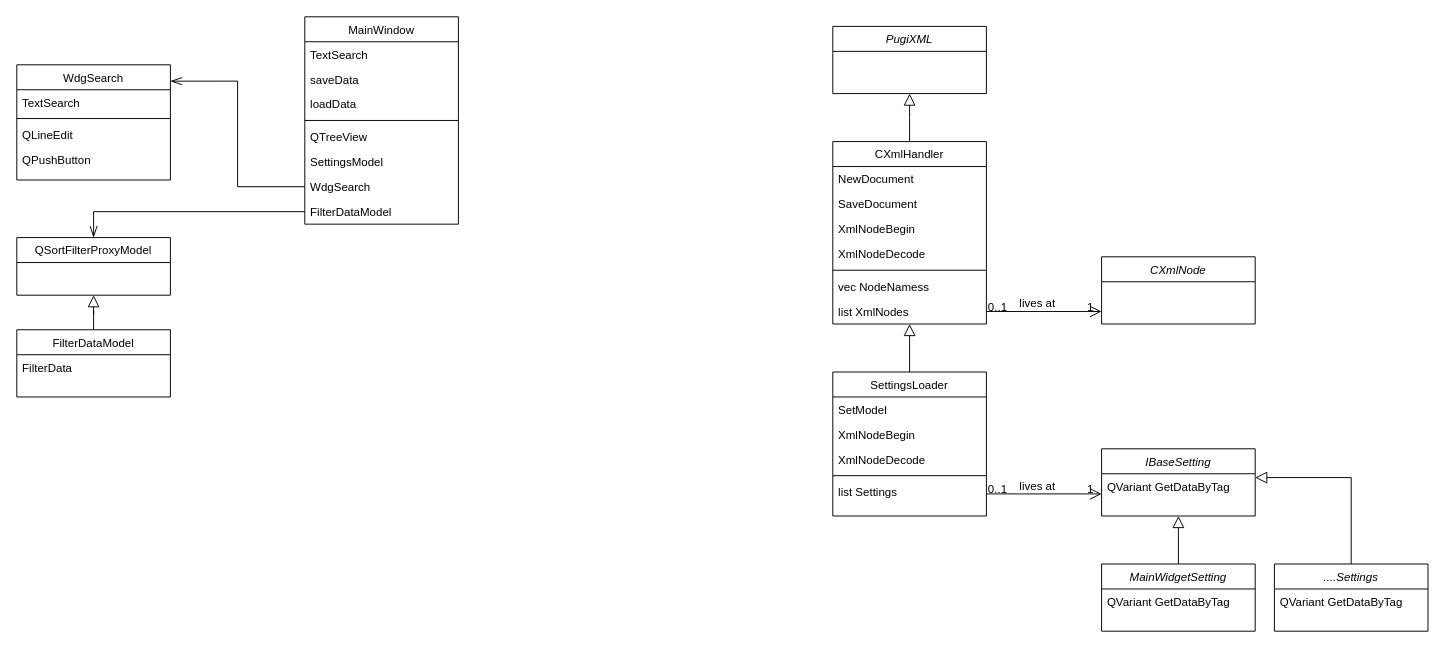
This is Untitled Diagram.drawio from Rishat22/XmlEditor, a draw.io file, before an edit. Source tidied: cells renumbered, new cells numbered last; positions are measured from the earlier drawing's top-left corner, leaving out a move shared by most shapes. Both pictures are drawn from the tidied source at 96%, with x=0, y=0 at pixel (16, 16).
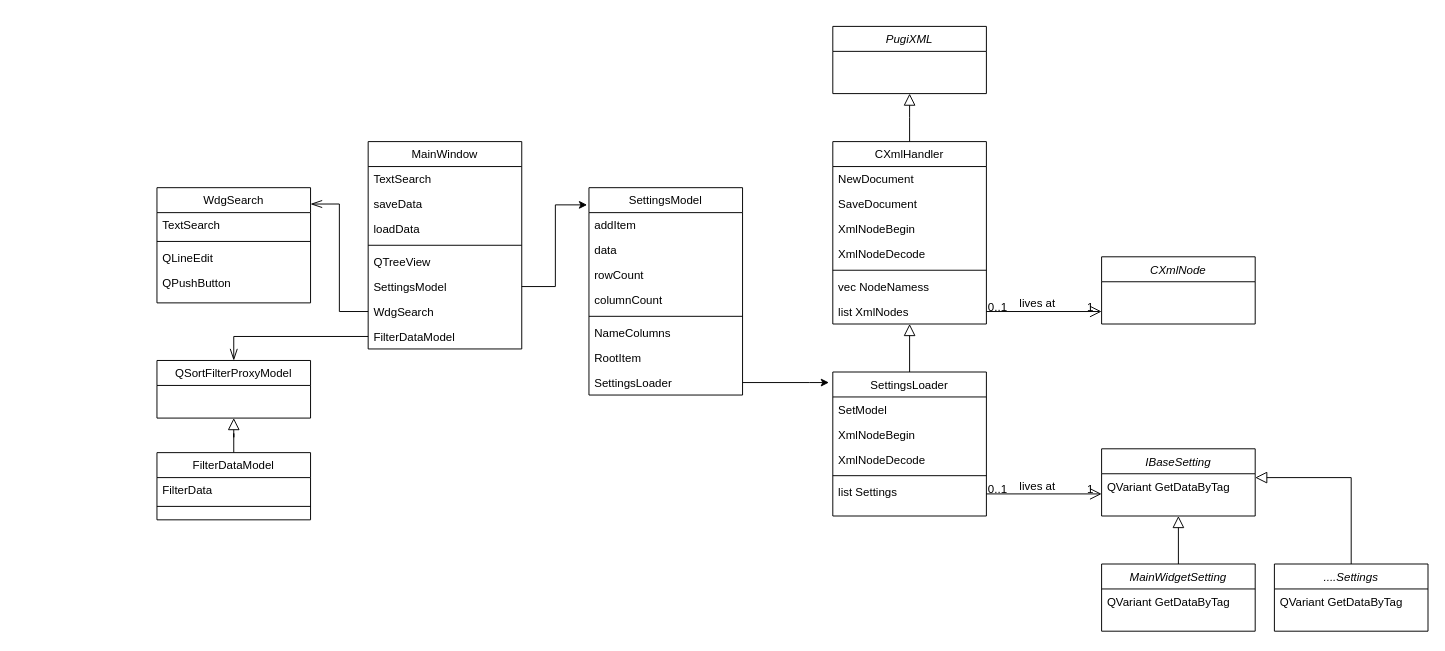
After the change.

The change refers to these unchanged cells:
```xml
<mxCell id="18" value="SettingsModel" style="text;align=left;verticalAlign=top;spacingLeft=4;spacingRight=4;overflow=hidden;points=[[0,0.5],[1,0.5]];portConstraint=eastwest;" parent="12" vertex="1">
  <mxGeometry y="138" width="160" height="26" as="geometry" />
</mxCell>
```

Change to the diagram source:
```diff
@@
     <mxCell id="12" value="MainWindow" style="swimlane;fontStyle=0;align=center;verticalAlign=top;horizontal=1;startSize=26;rounded=0;shadow=0;strokeWidth=1;" parent="1" vertex="1">
-      <mxGeometry x="300" width="160" height="216" as="geometry" />
+      <mxGeometry x="366" y="130" width="160" height="216" as="geometry" />
     </mxCell>
@@
     <mxCell id="45" value="WdgSearch" style="swimlane;fontStyle=0;align=center;verticalAlign=top;horizontal=1;startSize=26;rounded=0;shadow=0;strokeWidth=1;" parent="1" vertex="1">
-      <mxGeometry y="50" width="160" height="120" as="geometry" />
+      <mxGeometry x="146" y="178" width="160" height="120" as="geometry" />
     </mxCell>
@@
     <mxCell id="51" value="FilterDataModel" style="swimlane;fontStyle=0;align=center;verticalAlign=top;horizontal=1;startSize=26;rounded=0;shadow=0;strokeWidth=1;" parent="1" vertex="1">
-      <mxGeometry y="326" width="160" height="70" as="geometry" />
+      <mxGeometry x="146" y="454" width="160" height="70" as="geometry" />
     </mxCell>
@@
+    <mxCell id="56" style="line;html=1;strokeWidth=1;align=left;verticalAlign=middle;spacingTop=-1;spacingLeft=3;spacingRight=3;labelPosition=right;" parent="51" vertex="1">
+      <mxGeometry y="52" width="160" height="8" as="geometry" />
+    </mxCell>
     <mxCell id="53" value="QSortFilterProxyModel" style="swimlane;fontStyle=0;align=center;verticalAlign=top;horizontal=1;startSize=26;rounded=0;shadow=0;strokeWidth=1;" parent="1" vertex="1">
-      <mxGeometry y="230" width="160" height="60" as="geometry" />
+      <mxGeometry x="146" y="358" width="160" height="60" as="geometry" />
     </mxCell>
@@
+    <mxCell id="57" value="SettingsModel" style="swimlane;fontStyle=0;align=center;verticalAlign=top;horizontal=1;startSize=26;rounded=0;shadow=0;strokeWidth=1;" parent="1" vertex="1">
+      <mxGeometry x="596" y="178" width="160" height="216" as="geometry" />
+    </mxCell>
+    <mxCell id="58" value="addItem" style="text;align=left;verticalAlign=top;spacingLeft=4;spacingRight=4;overflow=hidden;" parent="57" vertex="1">
+      <mxGeometry y="26" width="160" height="26" as="geometry" />
+    </mxCell>
+    <mxCell id="59" value="data" style="text;align=left;verticalAlign=top;spacingLeft=4;spacingRight=4;overflow=hidden;" parent="57" vertex="1">
+      <mxGeometry y="52" width="160" height="26" as="geometry" />
+    </mxCell>
+    <mxCell id="60" value="rowCount" style="text;align=left;verticalAlign=top;spacingLeft=4;spacingRight=4;overflow=hidden;" parent="57" vertex="1">
+      <mxGeometry y="78" width="160" height="26" as="geometry" />
+    </mxCell>
+    <mxCell id="61" value="columnCount" style="text;align=left;verticalAlign=top;spacingLeft=4;spacingRight=4;overflow=hidden;" parent="57" vertex="1">
+      <mxGeometry y="104" width="160" height="26" as="geometry" />
+    </mxCell>
+    <mxCell id="62" style="line;html=1;strokeWidth=1;align=left;verticalAlign=middle;spacingTop=-1;spacingLeft=3;spacingRight=3;labelPosition=right;" parent="57" vertex="1">
+      <mxGeometry y="130" width="160" height="8" as="geometry" />
+    </mxCell>
+    <mxCell id="63" value="NameColumns" style="text;align=left;verticalAlign=top;spacingLeft=4;spacingRight=4;overflow=hidden;" parent="57" vertex="1">
+      <mxGeometry y="138" width="160" height="26" as="geometry" />
+    </mxCell>
+    <mxCell id="64" value="RootItem" style="text;align=left;verticalAlign=top;spacingLeft=4;spacingRight=4;overflow=hidden;" parent="57" vertex="1">
+      <mxGeometry y="164" width="160" height="26" as="geometry" />
+    </mxCell>
+    <mxCell id="65" value="SettingsLoader" style="text;align=left;verticalAlign=top;spacingLeft=4;spacingRight=4;overflow=hidden;points=[[0,0.5],[1,0.5]];portConstraint=eastwest;" parent="57" vertex="1">
+      <mxGeometry y="190" width="160" height="26" as="geometry" />
+    </mxCell>
+    <mxCell id="66" style="edgeStyle=orthogonalEdgeStyle;rounded=0;jettySize=auto;html=1;exitX=1;exitY=0.5;exitDx=0;exitDy=0;entryX=-0.012;entryY=0.083;entryDx=0;entryDy=0;entryPerimeter=0;" parent="1" edge="1" source="18" target="57">
+      <mxGeometry relative="1" as="geometry" />
+    </mxCell>
+    <mxCell id="67" style="edgeStyle=orthogonalEdgeStyle;rounded=0;jettySize=auto;html=1;" parent="1" edge="1" source="65">
+      <mxGeometry relative="1" as="geometry">
+        <mxPoint x="846" y="381" as="targetPoint" />
+        <Array as="points">
+          <mxPoint x="826" y="381" />
+          <mxPoint x="826" y="381" />
+        </Array>
+      </mxGeometry>
+    </mxCell>
```
